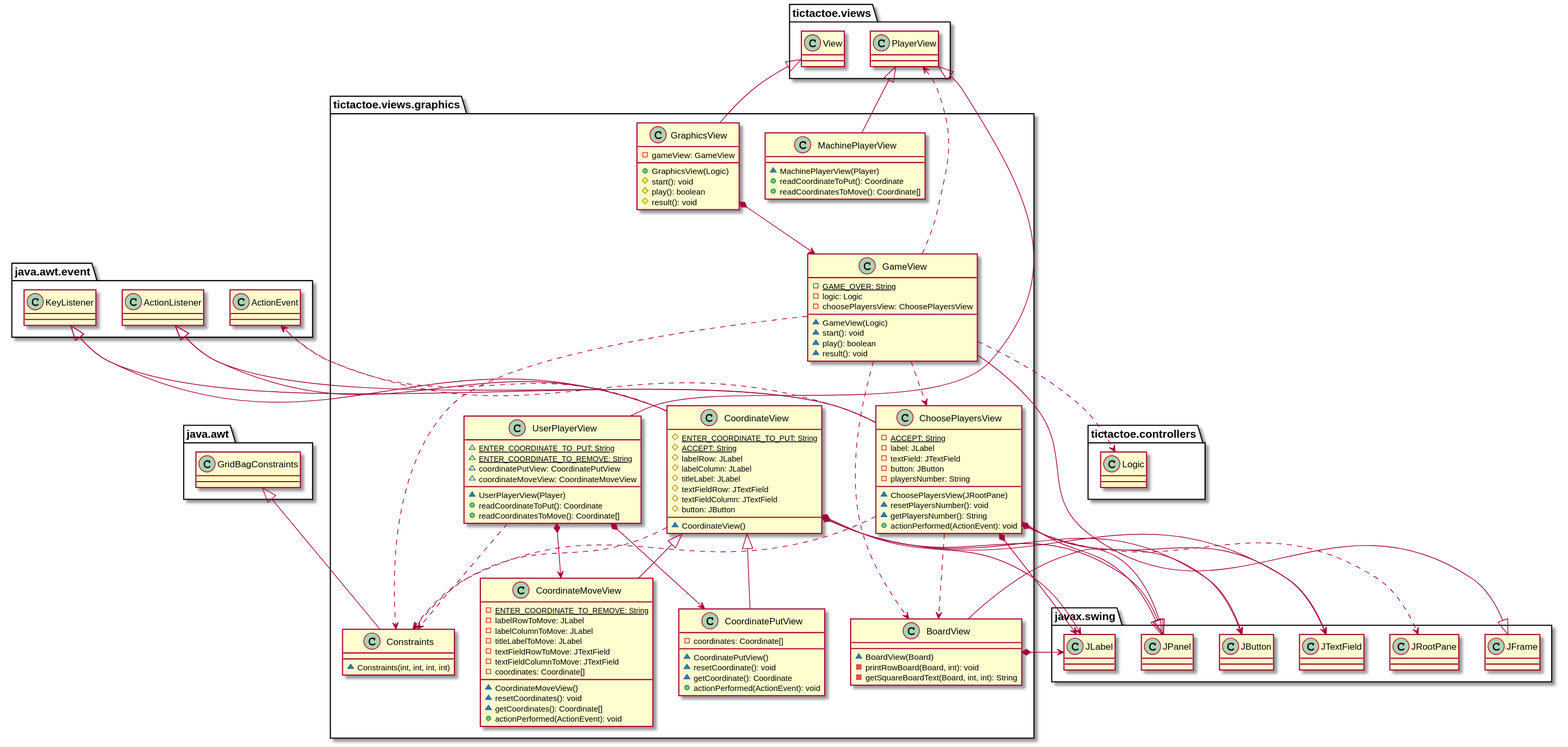
This is docs/build/docs/asciidoc/images/tictactoeViewsGraphicsVersion6.svg from x-USantaTecla-game-ticTacToe/java, a PlantUML export, as it was before one commit. Its diagram source:
```plantuml
@startuml

class  tictactoe.views.graphics.BoardView{
~ BoardView(Board)
- printRowBoard(Board, int): void
- getSquareBoardText(Board, int, int): String
}
javax.swing.JPanel <|-down- tictactoe.views.graphics.BoardView
tictactoe.views.graphics.BoardView *-down-> javax.swing.JLabel
tictactoe.views.graphics.ChoosePlayersView ..> tictactoe.views.graphics.BoardView

class  tictactoe.views.graphics.ChoosePlayersView{
- {static} ACCEPT: String
- label: JLabel
- textField: JTextField
- button: JButton
- playersNumber: String
~ ChoosePlayersView(JRootPane)
~ resetPlayersNumber(): void
~ getPlayersNumber(): String
+ actionPerformed(ActionEvent): void
}
javax.swing.JPanel <|-down- tictactoe.views.graphics.ChoosePlayersView
java.awt.event.ActionListener <|-down- tictactoe.views.graphics.ChoosePlayersView
java.awt.event.KeyListener <|-down- tictactoe.views.graphics.ChoosePlayersView
tictactoe.views.graphics.ChoosePlayersView *-down-> javax.swing.JLabel
tictactoe.views.graphics.ChoosePlayersView *-down-> javax.swing.JTextField
tictactoe.views.graphics.ChoosePlayersView *-down-> javax.swing.JButton
tictactoe.views.graphics.ChoosePlayersView ..> javax.swing.JRootPane
tictactoe.views.graphics.ChoosePlayersView ..> java.awt.event.ActionEvent
tictactoe.views.graphics.ChoosePlayersView ..> tictactoe.views.graphics.Constraints

class  tictactoe.views.graphics.Constraints{
~ Constraints(int, int, int, int)
}
java.awt.GridBagConstraints <|-down- tictactoe.views.graphics.Constraints

class  tictactoe.views.graphics.CoordinateMoveView{
- {static} ENTER_COORDINATE_TO_REMOVE: String
- labelRowToMove: JLabel
- labelColumnToMove: JLabel
- titleLabelToMove: JLabel
- textFieldRowToMove: JTextField
- textFieldColumnToMove: JTextField
- coordinates: Coordinate[]
~ CoordinateMoveView()
~ resetCoordinates(): void
~ getCoordinates(): Coordinate[]
+ actionPerformed(ActionEvent): void
}
tictactoe.views.graphics.CoordinateView <|-down- tictactoe.views.graphics.CoordinateMoveView

class  tictactoe.views.graphics.CoordinatePutView{
- coordinates: Coordinate[]
~ CoordinatePutView()
~ resetCoordinate(): void
~ getCoordinate(): Coordinate
+ actionPerformed(ActionEvent): void
}
tictactoe.views.graphics.CoordinateView <|-down- tictactoe.views.graphics.CoordinatePutView

class  tictactoe.views.graphics.CoordinateView{
# {static} ENTER_COORDINATE_TO_PUT: String
# {static} ACCEPT: String
# labelRow: JLabel
# labelColumn: JLabel
# titleLabel: JLabel
# textFieldRow: JTextField
# textFieldColumn: JTextField
# button: JButton
~ CoordinateView()
}
javax.swing.JPanel <|-down- tictactoe.views.graphics.CoordinateView
java.awt.event.ActionListener <|-down- tictactoe.views.graphics.CoordinateView
java.awt.event.KeyListener <|-down- tictactoe.views.graphics.CoordinateView
tictactoe.views.graphics.CoordinateView *-down-> javax.swing.JLabel
tictactoe.views.graphics.CoordinateView *-down-> javax.swing.JTextField
tictactoe.views.graphics.CoordinateView *-down-> javax.swing.JButton
tictactoe.views.graphics.CoordinateView ..> tictactoe.views.graphics.Constraints
tictactoe.views.graphics.CoordinateView ..> java.awt.event.ActionEvent

class  tictactoe.views.graphics.GameView{
- {static} GAME_OVER: String
- logic: Logic
- choosePlayersView: ChoosePlayersView
~ GameView(Logic)
~ start(): void
~ play(): boolean
~ result(): void
}
javax.swing.JFrame <|-down- tictactoe.views.graphics.GameView
tictactoe.views.graphics.GameView ..> tictactoe.controllers.Logic
tictactoe.views.graphics.GameView ..> tictactoe.views.graphics.ChoosePlayersView
tictactoe.views.graphics.GameView ..> tictactoe.views.PlayerView
tictactoe.views.graphics.GameView ..> tictactoe.views.graphics.BoardView
tictactoe.views.graphics.GameView ..> tictactoe.views.graphics.Constraints

class  tictactoe.views.graphics.GraphicsView{
- gameView: GameView
+ GraphicsView(Logic)
# start(): void
# play(): boolean
# result(): void
}
tictactoe.views.View <|-down- tictactoe.views.graphics.GraphicsView
tictactoe.views.graphics.GraphicsView *-down-> tictactoe.views.graphics.GameView

class  tictactoe.views.graphics.MachinePlayerView{
~ MachinePlayerView(Player)
+ readCoordinateToPut(): Coordinate
+ readCoordinatesToMove(): Coordinate[]
}
tictactoe.views.PlayerView <|-down- tictactoe.views.graphics.MachinePlayerView

class  tictactoe.views.graphics.UserPlayerView{
~ {static} ENTER_COORDINATE_TO_PUT: String
~ {static} ENTER_COORDINATE_TO_REMOVE: String
~ coordinatePutView: CoordinatePutView
~ coordinateMoveView: CoordinateMoveView
~ UserPlayerView(Player)
+ readCoordinateToPut(): Coordinate
+ readCoordinatesToMove(): Coordinate[]
}
tictactoe.views.PlayerView <|-down- tictactoe.views.graphics.UserPlayerView
tictactoe.views.graphics.UserPlayerView *-down-> tictactoe.views.graphics.CoordinatePutView
tictactoe.views.graphics.UserPlayerView *-down-> tictactoe.views.graphics.CoordinateMoveView
tictactoe.views.graphics.UserPlayerView ..> tictactoe.views.graphics.Constraints

@enduml
```
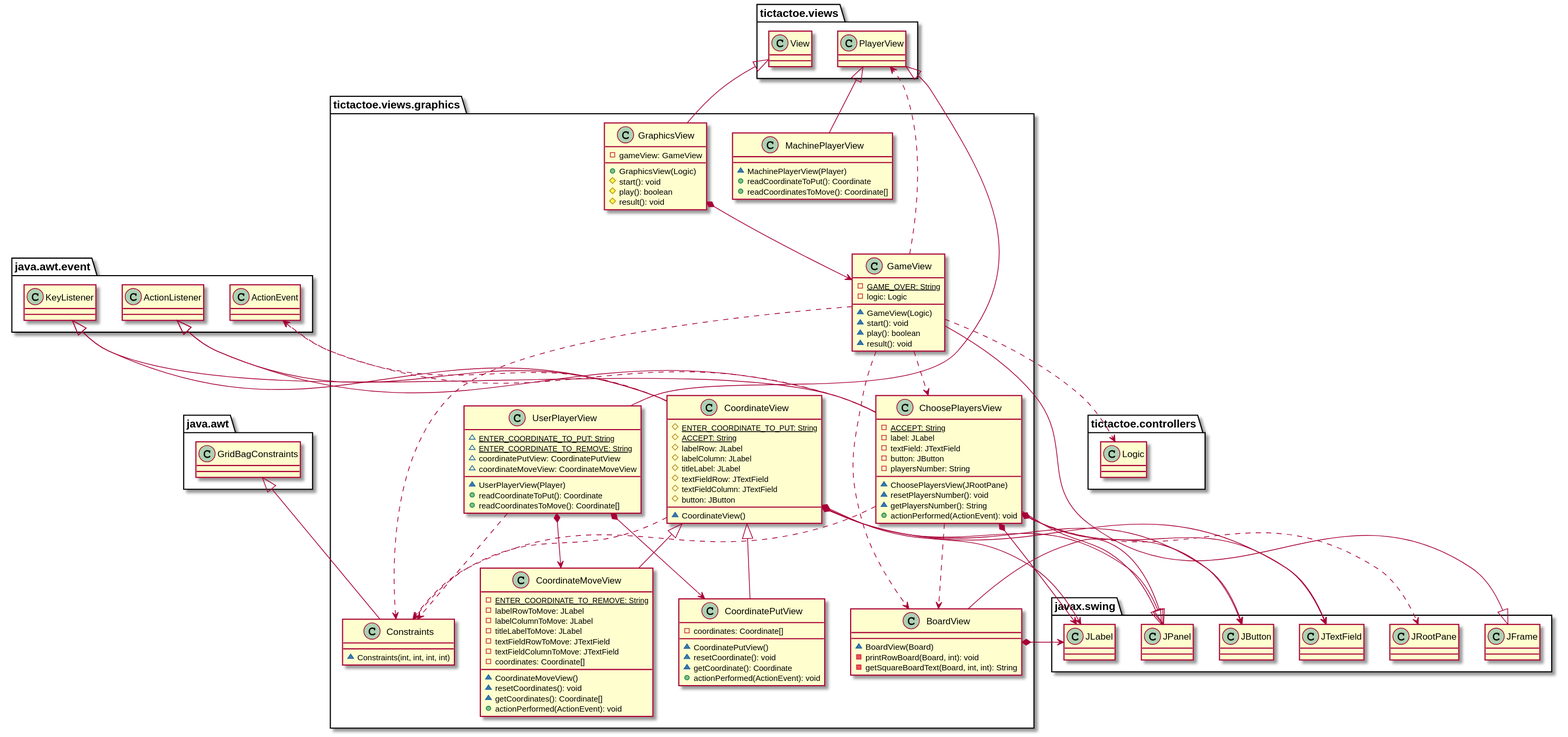
After the change.

Diff of the diagram source:
```diff
@@ -82,7 +82,6 @@
 class  tictactoe.views.graphics.GameView{
 - {static} GAME_OVER: String
 - logic: Logic
-- choosePlayersView: ChoosePlayersView
 ~ GameView(Logic)
 ~ start(): void
 ~ play(): boolean
```
